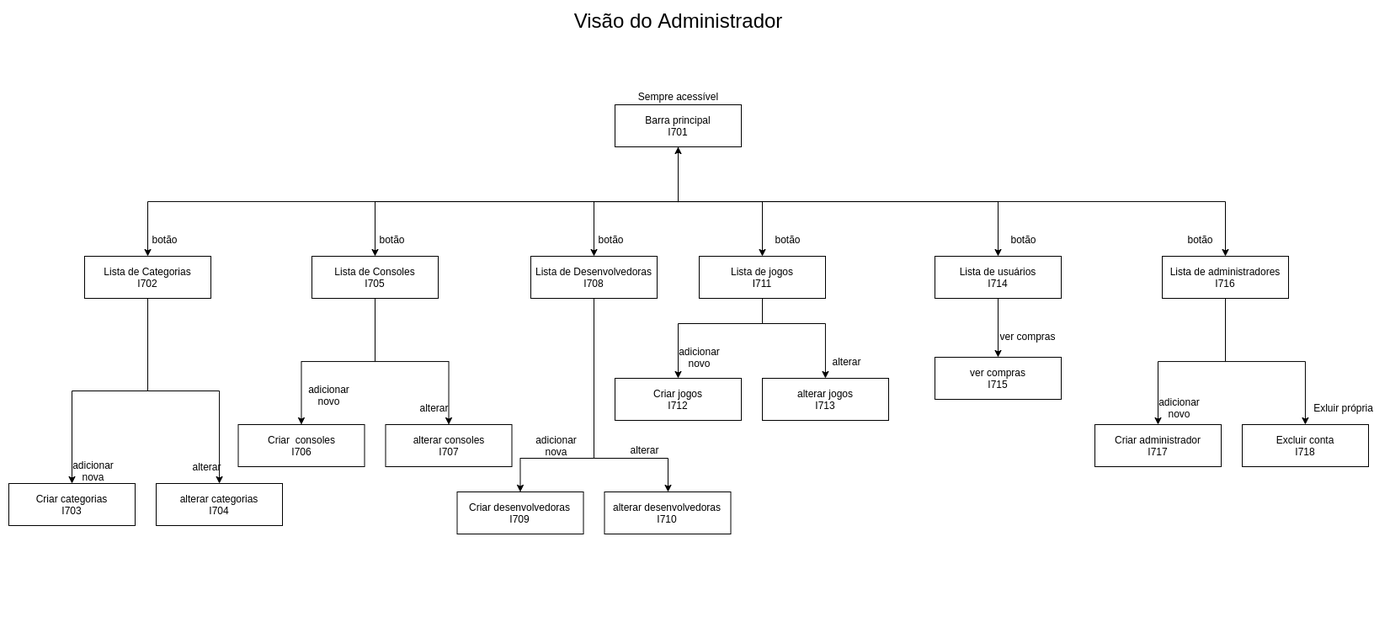
Before: docs/Diagramas/Diagrama-Interfaces/sequencia-Visão-Asministrador.drawio.png, a diagram exported from draw.io (joaopaulo7/GCC188-Projeto-Final). Source tidied: cells renumbered, new cells last; positions are measured from the earlier drawing's top-left corner, leaving out a move shared by most shapes.
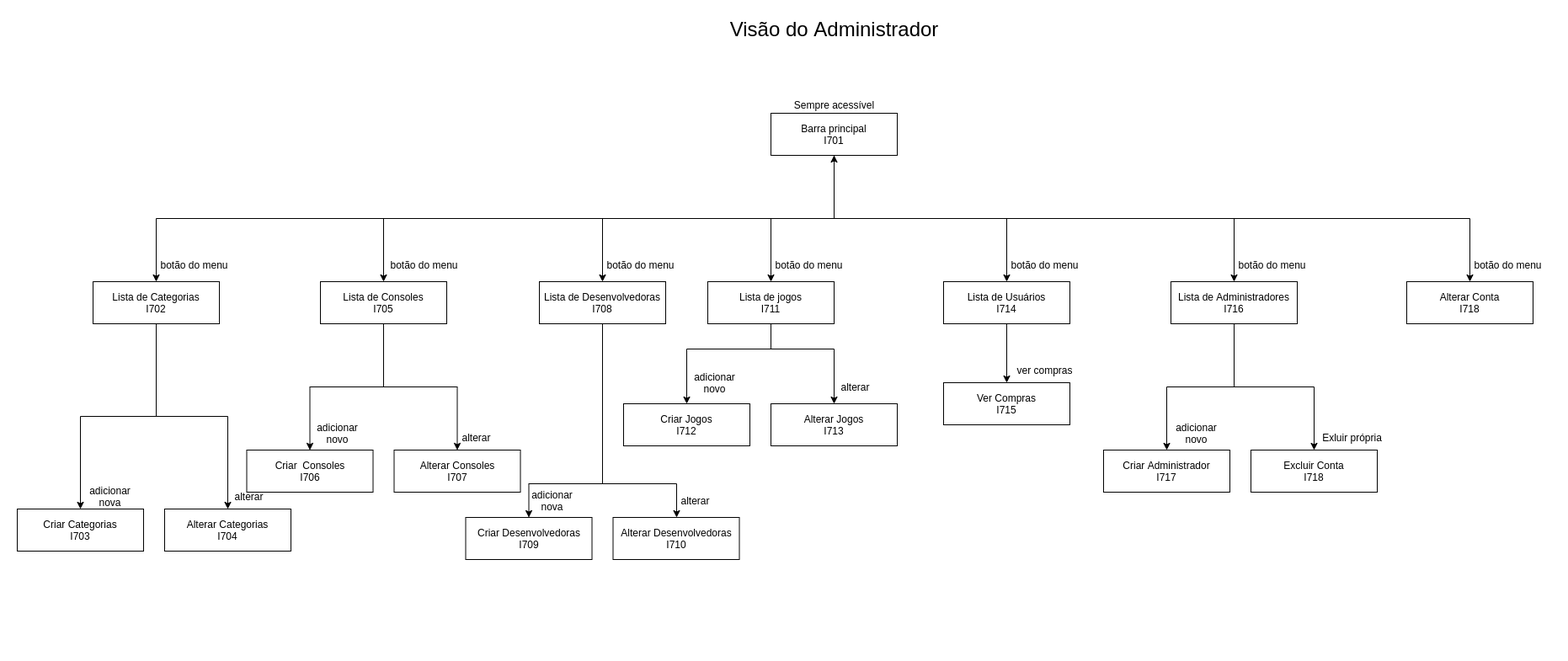
Above is the later version.

Diff of the diagram source:
```diff
@@ -20,8 +20,11 @@
     <mxCell id="7" style="edgeStyle=orthogonalEdgeStyle;rounded=0;jettySize=auto;html=1;exitX=0.5;exitY=1;exitDx=0;exitDy=0;entryX=0.5;entryY=0;entryDx=0;entryDy=0;startArrow=none;startFill=0;" parent="1" edge="1" source="8" target="31">
       <mxGeometry relative="1" as="geometry" />
     </mxCell>
+    <mxCell id="57" style="edgeStyle=orthogonalEdgeStyle;rounded=0;jettySize=auto;html=1;exitX=0.5;exitY=1;exitDx=0;exitDy=0;entryX=0.5;entryY=0;entryDx=0;entryDy=0;" parent="1" edge="1" source="8" target="58">
+      <mxGeometry relative="1" as="geometry" />
+    </mxCell>
     <mxCell id="8" value="Barra principal&lt;br&gt;I701" style="rounded=0;whiteSpace=wrap;html=1;" parent="1" vertex="1">
-      <mxGeometry x="720" y="110" width="150" height="50" as="geometry" />
+      <mxGeometry x="895" y="90" width="150" height="50" as="geometry" />
     </mxCell>
     <mxCell id="9" style="edgeStyle=orthogonalEdgeStyle;rounded=0;jettySize=auto;html=1;exitX=0.5;exitY=1;exitDx=0;exitDy=0;startArrow=none;startFill=0;" parent="1" edge="1" source="11" target="33">
       <mxGeometry relative="1" as="geometry" />
@@ -79,28 +82,19 @@
     <mxCell id="20" value="Lista de jogos&lt;br&gt;I711" style="rounded=0;whiteSpace=wrap;html=1;" parent="1" vertex="1">
       <mxGeometry x="820" y="290" width="150" height="50" as="geometry" />
     </mxCell>
-    <mxCell id="21" value="botão" style="text;html=1;align=center;verticalAlign=middle;strokeColor=none;fillColor=none;" parent="1" vertex="1">
-      <mxGeometry x="900" y="260" width="50" height="20" as="geometry" />
-    </mxCell>
     <mxCell id="22" value="Sempre acessível" style="text;html=1;align=center;verticalAlign=middle;strokeColor=none;fillColor=none;" parent="1" vertex="1">
-      <mxGeometry x="739.9" y="90" width="110" height="20" as="geometry" />
+      <mxGeometry x="915" y="70" width="110" height="20" as="geometry" />
     </mxCell>
     <mxCell id="23" value="&lt;font style=&quot;font-size: 24px&quot;&gt;Visão do Administrador&lt;/font&gt;" style="text;html=1;align=center;verticalAlign=middle;strokeColor=none;fillColor=none;" parent="1" vertex="1">
-      <mxGeometry x="665" width="260" height="20" as="geometry" />
+      <mxGeometry x="840" y="-20" width="260" height="20" as="geometry" />
     </mxCell>
-    <mxCell id="24" value="botão" style="text;html=1;align=center;verticalAlign=middle;strokeColor=none;fillColor=none;" parent="1" vertex="1">
-      <mxGeometry x="689.9" y="260" width="50" height="20" as="geometry" />
-    </mxCell>
-    <mxCell id="25" value="botão" style="text;html=1;align=center;verticalAlign=middle;strokeColor=none;fillColor=none;" parent="1" vertex="1">
-      <mxGeometry x="430.1" y="260" width="50" height="20" as="geometry" />
-    </mxCell>
-    <mxCell id="26" value="botão" style="text;html=1;align=center;verticalAlign=middle;strokeColor=none;fillColor=none;" parent="1" vertex="1">
-      <mxGeometry x="160.1" y="260" width="50" height="20" as="geometry" />
+    <mxCell id="26" value="botão do menu" style="text;html=1;align=center;verticalAlign=middle;strokeColor=none;fillColor=none;" parent="1" vertex="1">
+      <mxGeometry x="160" y="260" width="100" height="20" as="geometry" />
     </mxCell>
     <mxCell id="27" style="edgeStyle=orthogonalEdgeStyle;rounded=0;jettySize=auto;html=1;exitX=0.5;exitY=1;exitDx=0;exitDy=0;startArrow=none;startFill=0;" parent="1" edge="1" source="28" target="42">
       <mxGeometry relative="1" as="geometry" />
     </mxCell>
-    <mxCell id="28" value="Lista de usuários&lt;br&gt;I714" style="rounded=0;whiteSpace=wrap;html=1;" parent="1" vertex="1">
+    <mxCell id="28" value="Lista de Usuários&lt;br&gt;I714" style="rounded=0;whiteSpace=wrap;html=1;" parent="1" vertex="1">
       <mxGeometry x="1100" y="290" width="150" height="50" as="geometry" />
     </mxCell>
     <mxCell id="29" style="edgeStyle=orthogonalEdgeStyle;rounded=0;jettySize=auto;html=1;exitX=0.5;exitY=1;exitDx=0;exitDy=0;startArrow=none;startFill=0;" parent="1" edge="1" source="31" target="43">
@@ -109,83 +103,98 @@
     <mxCell id="30" style="edgeStyle=orthogonalEdgeStyle;rounded=0;jettySize=auto;html=1;exitX=0.5;exitY=1;exitDx=0;exitDy=0;startArrow=none;startFill=0;" parent="1" edge="1" source="31" target="44">
       <mxGeometry relative="1" as="geometry" />
     </mxCell>
-    <mxCell id="31" value="Lista de administradores&lt;br&gt;I716" style="rounded=0;whiteSpace=wrap;html=1;" parent="1" vertex="1">
+    <mxCell id="31" value="Lista de Administradores&lt;br&gt;I716" style="rounded=0;whiteSpace=wrap;html=1;" parent="1" vertex="1">
       <mxGeometry x="1370" y="290" width="150" height="50" as="geometry" />
     </mxCell>
-    <mxCell id="32" value="botão" style="text;html=1;align=center;verticalAlign=middle;strokeColor=none;fillColor=none;" parent="1" vertex="1">
-      <mxGeometry x="1180" y="260" width="50" height="20" as="geometry" />
-    </mxCell>
-    <mxCell id="33" value="Criar categorias&lt;br&gt;I703" style="rounded=0;whiteSpace=wrap;html=1;" parent="1" vertex="1">
+    <mxCell id="33" value="Criar Categorias&lt;br&gt;I703" style="rounded=0;whiteSpace=wrap;html=1;" parent="1" vertex="1">
       <mxGeometry y="560" width="150" height="50" as="geometry" />
     </mxCell>
-    <mxCell id="34" value="alterar categorias&lt;br&gt;I704" style="rounded=0;whiteSpace=wrap;html=1;" parent="1" vertex="1">
+    <mxCell id="34" value="Alterar Categorias&lt;br&gt;I704" style="rounded=0;whiteSpace=wrap;html=1;" parent="1" vertex="1">
       <mxGeometry x="175" y="560" width="150" height="50" as="geometry" />
     </mxCell>
-    <mxCell id="35" value="Criar&amp;nbsp; consoles&lt;br&gt;I706" style="rounded=0;whiteSpace=wrap;html=1;" parent="1" vertex="1">
+    <mxCell id="35" value="Criar&amp;nbsp; Consoles&lt;br&gt;I706" style="rounded=0;whiteSpace=wrap;html=1;" parent="1" vertex="1">
       <mxGeometry x="272.5" y="490" width="150" height="50" as="geometry" />
     </mxCell>
-    <mxCell id="36" value="alterar consoles&lt;br&gt;I707" style="rounded=0;whiteSpace=wrap;html=1;" parent="1" vertex="1">
+    <mxCell id="36" value="Alterar Consoles&lt;br&gt;I707" style="rounded=0;whiteSpace=wrap;html=1;" parent="1" vertex="1">
       <mxGeometry x="447.5" y="490" width="150" height="50" as="geometry" />
     </mxCell>
-    <mxCell id="37" value="Criar desenvolvedoras&lt;br&gt;I709" style="rounded=0;whiteSpace=wrap;html=1;" parent="1" vertex="1">
+    <mxCell id="37" value="Criar Desenvolvedoras&lt;br&gt;I709" style="rounded=0;whiteSpace=wrap;html=1;" parent="1" vertex="1">
       <mxGeometry x="532.5" y="570" width="150" height="50" as="geometry" />
     </mxCell>
-    <mxCell id="38" value="alterar desenvolvedoras&lt;br&gt;I710" style="rounded=0;whiteSpace=wrap;html=1;" parent="1" vertex="1">
+    <mxCell id="38" value="Alterar Desenvolvedoras&lt;br&gt;I710" style="rounded=0;whiteSpace=wrap;html=1;" parent="1" vertex="1">
       <mxGeometry x="707.5" y="570" width="150" height="50" as="geometry" />
     </mxCell>
-    <mxCell id="39" value="Criar jogos&lt;br&gt;I712" style="rounded=0;whiteSpace=wrap;html=1;" parent="1" vertex="1">
+    <mxCell id="39" value="Criar Jogos&lt;br&gt;I712" style="rounded=0;whiteSpace=wrap;html=1;" parent="1" vertex="1">
       <mxGeometry x="720" y="435" width="150" height="50" as="geometry" />
     </mxCell>
-    <mxCell id="40" value="alterar jogos&lt;br&gt;I713" style="rounded=0;whiteSpace=wrap;html=1;" parent="1" vertex="1">
+    <mxCell id="40" value="Alterar Jogos&lt;br&gt;I713" style="rounded=0;whiteSpace=wrap;html=1;" parent="1" vertex="1">
       <mxGeometry x="895" y="435" width="150" height="50" as="geometry" />
     </mxCell>
-    <mxCell id="41" value="botão" style="text;html=1;align=center;verticalAlign=middle;strokeColor=none;fillColor=none;" parent="1" vertex="1">
-      <mxGeometry x="1390" y="260" width="50" height="20" as="geometry" />
-    </mxCell>
-    <mxCell id="42" value="ver compras&lt;br&gt;I715" style="rounded=0;whiteSpace=wrap;html=1;" parent="1" vertex="1">
+    <mxCell id="42" value="Ver Compras&lt;br&gt;I715" style="rounded=0;whiteSpace=wrap;html=1;" parent="1" vertex="1">
       <mxGeometry x="1100" y="410" width="150" height="50" as="geometry" />
     </mxCell>
-    <mxCell id="43" value="Criar administrador&lt;br&gt;I717" style="rounded=0;whiteSpace=wrap;html=1;" parent="1" vertex="1">
+    <mxCell id="43" value="Criar Administrador&lt;br&gt;I717" style="rounded=0;whiteSpace=wrap;html=1;" parent="1" vertex="1">
       <mxGeometry x="1290" y="490" width="150" height="50" as="geometry" />
     </mxCell>
-    <mxCell id="44" value="Excluir conta&lt;br&gt;I718" style="rounded=0;whiteSpace=wrap;html=1;" parent="1" vertex="1">
+    <mxCell id="44" value="Excluir Conta&lt;br&gt;I718" style="rounded=0;whiteSpace=wrap;html=1;" parent="1" vertex="1">
       <mxGeometry x="1465" y="490" width="150" height="50" as="geometry" />
     </mxCell>
     <mxCell id="45" value="adicionar&lt;br&gt;novo" style="text;html=1;align=center;verticalAlign=middle;strokeColor=none;fillColor=none;" parent="1" vertex="1">
-      <mxGeometry x="789.9" y="395" width="60" height="30" as="geometry" />
+      <mxGeometry x="797.5" y="395" width="60" height="30" as="geometry" />
     </mxCell>
     <mxCell id="46" value="adicionar&lt;br&gt;novo" style="text;html=1;align=center;verticalAlign=middle;strokeColor=none;fillColor=none;" parent="1" vertex="1">
-      <mxGeometry x="1360" y="455" width="60" height="30" as="geometry" />
+      <mxGeometry x="1370" y="455" width="60" height="30" as="geometry" />
     </mxCell>
     <mxCell id="47" value="adicionar&lt;br&gt;novo" style="text;html=1;align=center;verticalAlign=middle;strokeColor=none;fillColor=none;" parent="1" vertex="1">
-      <mxGeometry x="350" y="440" width="60" height="30" as="geometry" />
+      <mxGeometry x="350" y="455" width="60" height="30" as="geometry" />
     </mxCell>
     <mxCell id="48" value="&lt;span style=&quot;color: rgba(0 , 0 , 0 , 0) ; font-family: monospace ; font-size: 0px&quot;&gt;%3CmxGraphModel%3E%3Croot%3E%3CmxCell%20id%3D%220%22%2F%3E%3CmxCell%20id%3D%221%22%20parent%3D%220%22%2F%3E%3CmxCell%20id%3D%222%22%20value%3D%22adicionar%26lt%3Bbr%26gt%3Bnovo%22%20style%3D%22text%3Bhtml%3D1%3Balign%3Dcenter%3BverticalAlign%3Dmiddle%3Bresizable%3D0%3Bpoints%3D%5B%5D%3Bautosize%3D1%3BstrokeColor%3Dnone%3BfillColor%3Dnone%3B%22%20vertex%3D%221%22%20parent%3D%221%22%3E%3CmxGeometry%20x%3D%221010%22%20y%3D%22435%22%20width%3D%2260%22%20height%3D%2230%22%20as%3D%22geometry%22%2F%3E%3C%2FmxCell%3E%3C%2Froot%3E%3C%2FmxGraphModel%3E&lt;/span&gt;" style="text;html=1;align=center;verticalAlign=middle;strokeColor=none;fillColor=none;" parent="1" vertex="1">
       <mxGeometry x="320" y="700" width="20" height="20" as="geometry" />
     </mxCell>
     <mxCell id="49" value="adicionar&lt;br&gt;nova" style="text;html=1;align=center;verticalAlign=middle;strokeColor=none;fillColor=none;" parent="1" vertex="1">
-      <mxGeometry x="620" y="500" width="60" height="30" as="geometry" />
+      <mxGeometry x="605" y="535" width="60" height="30" as="geometry" />
     </mxCell>
     <mxCell id="50" value="adicionar&lt;br&gt;nova" style="text;html=1;align=center;verticalAlign=middle;strokeColor=none;fillColor=none;" parent="1" vertex="1">
-      <mxGeometry x="70" y="530" width="60" height="30" as="geometry" />
+      <mxGeometry x="80" y="530" width="60" height="30" as="geometry" />
     </mxCell>
     <mxCell id="51" value="alterar" style="text;html=1;align=center;verticalAlign=middle;strokeColor=none;fillColor=none;" parent="1" vertex="1">
-      <mxGeometry x="210" y="530" width="50" height="20" as="geometry" />
+      <mxGeometry x="250" y="535" width="50" height="20" as="geometry" />
     </mxCell>
     <mxCell id="52" value="alterar" style="text;html=1;align=center;verticalAlign=middle;strokeColor=none;fillColor=none;" parent="1" vertex="1">
-      <mxGeometry x="480.1" y="460" width="50" height="20" as="geometry" />
+      <mxGeometry x="520" y="465" width="50" height="20" as="geometry" />
     </mxCell>
     <mxCell id="53" value="alterar" style="text;html=1;align=center;verticalAlign=middle;strokeColor=none;fillColor=none;" parent="1" vertex="1">
-      <mxGeometry x="730" y="510" width="50" height="20" as="geometry" />
+      <mxGeometry x="780" y="540" width="50" height="20" as="geometry" />
     </mxCell>
     <mxCell id="54" value="alterar" style="text;html=1;align=center;verticalAlign=middle;strokeColor=none;fillColor=none;" parent="1" vertex="1">
       <mxGeometry x="970" y="405" width="50" height="20" as="geometry" />
     </mxCell>
     <mxCell id="55" value="Exluir própria" style="text;html=1;align=center;verticalAlign=middle;strokeColor=none;fillColor=none;" parent="1" vertex="1">
-      <mxGeometry x="1540" y="460" width="90" height="20" as="geometry" />
+      <mxGeometry x="1540" y="465" width="90" height="20" as="geometry" />
     </mxCell>
     <mxCell id="56" value="ver compras" style="text;html=1;align=center;verticalAlign=middle;strokeColor=none;fillColor=none;" parent="1" vertex="1">
-      <mxGeometry x="1170" y="375" width="80" height="20" as="geometry" />
+      <mxGeometry x="1180" y="385" width="80" height="20" as="geometry" />
     </mxCell>
+    <mxCell id="58" value="Alterar Conta&lt;br&gt;I718" style="rounded=0;whiteSpace=wrap;html=1;" parent="1" vertex="1">
+      <mxGeometry x="1650" y="290" width="150" height="50" as="geometry" />
+    </mxCell>
+    <mxCell id="59" value="botão do menu" style="text;html=1;align=center;verticalAlign=middle;strokeColor=none;fillColor=none;" parent="1" vertex="1">
+      <mxGeometry x="432.5" y="260" width="100" height="20" as="geometry" />
+    </mxCell>
+    <mxCell id="60" value="botão do menu" style="text;html=1;align=center;verticalAlign=middle;strokeColor=none;fillColor=none;" parent="1" vertex="1">
+      <mxGeometry x="689.9" y="260" width="100" height="20" as="geometry" />
+    </mxCell>
+    <mxCell id="61" value="botão do menu" style="text;html=1;align=center;verticalAlign=middle;strokeColor=none;fillColor=none;" parent="1" vertex="1">
+      <mxGeometry x="1440" y="260" width="100" height="20" as="geometry" />
+    </mxCell>
+    <mxCell id="62" value="botão do menu" style="text;html=1;align=center;verticalAlign=middle;strokeColor=none;fillColor=none;" parent="1" vertex="1">
+      <mxGeometry x="1170" y="260" width="100" height="20" as="geometry" />
+    </mxCell>
+    <mxCell id="63" value="botão do menu" style="text;html=1;align=center;verticalAlign=middle;strokeColor=none;fillColor=none;" parent="1" vertex="1">
+      <mxGeometry x="890" y="260" width="100" height="20" as="geometry" />
+    </mxCell>
+    <mxCell id="64" value="botão do menu" style="text;html=1;align=center;verticalAlign=middle;strokeColor=none;fillColor=none;" parent="1" vertex="1">
+      <mxGeometry x="1720" y="260" width="100" height="20" as="geometry" />
+    </mxCell>
   </root>
 </mxGraphModel>
```
